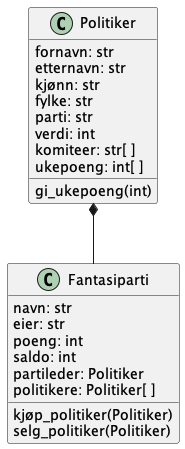
The PlantUML diagram pages/apputvikling/bilder/uml-stortinget.png in thorcc/IT2-nettbok, before a commit.
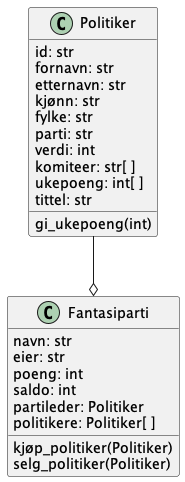
Later version of the same file.

The edit, as a diff of the source:
```diff
@@ -1,7 +1,8 @@
 @startuml
-Politiker *-- Fantasiparti
+Politiker --o Fantasiparti
 
 class Politiker {
+    id: str
     fornavn: str
     etternavn: str
     kjønn: str
@@ -10,6 +11,7 @@
     verdi: int
     komiteer: str[ ]
     ukepoeng: int[ ]
+    tittel: str
 
     gi_ukepoeng(int)
 }
```
